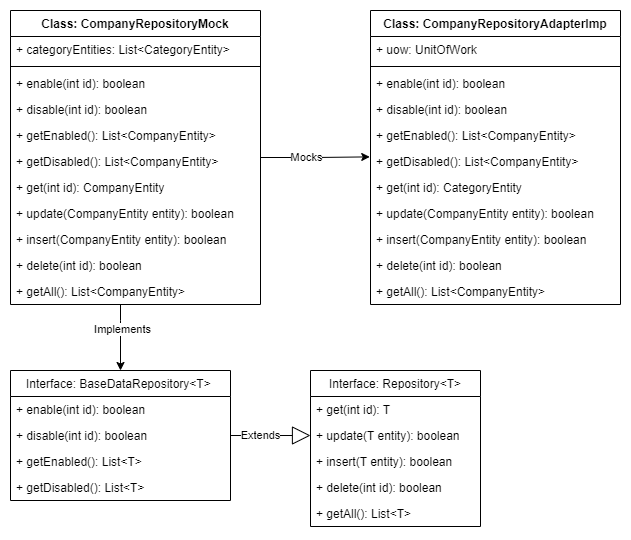
Before: file/Diagramme/MOCK-2.png, a diagram exported from draw.io (Nilsksk/Costtracker). Source tidied: cells renumbered, new cells last; positions are measured from the earlier drawing's top-left corner, leaving out a move shared by most shapes. Source of this version:
```xml
<mxGraphModel>
  <root>
    <mxCell id="0" />
    <mxCell id="1" parent="0" />
    <mxCell id="2" style="edgeStyle=orthogonalEdgeStyle;rounded=0;jettySize=auto;html=1;entryX=0.5;entryY=0;entryDx=0;entryDy=0;" parent="1" edge="1" source="6" target="18">
      <mxGeometry relative="1" as="geometry">
        <Array as="points">
          <mxPoint x="110" y="310" />
          <mxPoint x="110" y="310" />
        </Array>
      </mxGeometry>
    </mxCell>
    <mxCell id="3" value="Implements" style="edgeLabel;html=1;align=center;verticalAlign=middle;" parent="2" vertex="1">
      <mxGeometry x="-0.26" y="1" relative="1" as="geometry" />
    </mxCell>
    <mxCell id="4" style="edgeStyle=orthogonalEdgeStyle;rounded=0;jettySize=auto;html=1;entryX=-0.003;entryY=0.322;entryDx=0;entryDy=0;entryPerimeter=0;" parent="1" edge="1" source="6" target="36">
      <mxGeometry relative="1" as="geometry" />
    </mxCell>
    <mxCell id="5" value="Mocks" style="edgeLabel;html=1;align=center;verticalAlign=middle;" parent="4" vertex="1">
      <mxGeometry x="-0.19" y="1" relative="1" as="geometry" />
    </mxCell>
    <mxCell id="6" value="Class: CompanyRepositoryMock" style="swimlane;fontStyle=1;align=center;verticalAlign=top;horizontal=1;startSize=26;" parent="1" vertex="1">
      <mxGeometry width="250" height="294" as="geometry" />
    </mxCell>
    <mxCell id="7" value="+ categoryEntities: List&lt;CategoryEntity&gt;" style="text;strokeColor=none;fillColor=none;align=left;verticalAlign=top;spacingLeft=4;spacingRight=4;overflow=hidden;" parent="6" vertex="1">
      <mxGeometry y="26" width="250" height="26" as="geometry" />
    </mxCell>
    <mxCell id="8" style="line;strokeWidth=1;fillColor=none;align=left;verticalAlign=middle;spacingTop=-1;spacingLeft=3;spacingRight=3;labelPosition=right;" parent="6" vertex="1">
      <mxGeometry y="52" width="250" height="8" as="geometry" />
    </mxCell>
    <mxCell id="9" value="+ enable(int id): boolean" style="text;strokeColor=none;fillColor=none;align=left;verticalAlign=top;spacingLeft=4;spacingRight=4;overflow=hidden;" parent="6" vertex="1">
      <mxGeometry y="60" width="250" height="26" as="geometry" />
    </mxCell>
    <mxCell id="10" value="+ disable(int id): boolean" style="text;strokeColor=none;fillColor=none;align=left;verticalAlign=top;spacingLeft=4;spacingRight=4;overflow=hidden;" parent="6" vertex="1">
      <mxGeometry y="86" width="250" height="26" as="geometry" />
    </mxCell>
    <mxCell id="11" value="+ getEnabled(): List&lt;CompanyEntity&gt;" style="text;strokeColor=none;fillColor=none;align=left;verticalAlign=top;spacingLeft=4;spacingRight=4;overflow=hidden;" parent="6" vertex="1">
      <mxGeometry y="112" width="250" height="26" as="geometry" />
    </mxCell>
    <mxCell id="12" value="+ getDisabled(): List&lt;CompanyEntity&gt;" style="text;strokeColor=none;fillColor=none;align=left;verticalAlign=top;spacingLeft=4;spacingRight=4;overflow=hidden;" parent="6" vertex="1">
      <mxGeometry y="138" width="250" height="26" as="geometry" />
    </mxCell>
    <mxCell id="13" value="+ get(int id): CompanyEntity" style="text;strokeColor=none;fillColor=none;align=left;verticalAlign=top;spacingLeft=4;spacingRight=4;overflow=hidden;" parent="6" vertex="1">
      <mxGeometry y="164" width="250" height="26" as="geometry" />
    </mxCell>
    <mxCell id="14" value="+ update(CompanyEntity entity): boolean" style="text;strokeColor=none;fillColor=none;align=left;verticalAlign=top;spacingLeft=4;spacingRight=4;overflow=hidden;" parent="6" vertex="1">
      <mxGeometry y="190" width="250" height="26" as="geometry" />
    </mxCell>
    <mxCell id="15" value="+ insert(CompanyEntity entity): boolean" style="text;strokeColor=none;fillColor=none;align=left;verticalAlign=top;spacingLeft=4;spacingRight=4;overflow=hidden;" parent="6" vertex="1">
      <mxGeometry y="216" width="250" height="26" as="geometry" />
    </mxCell>
    <mxCell id="16" value="+ delete(int id): boolean" style="text;strokeColor=none;fillColor=none;align=left;verticalAlign=top;spacingLeft=4;spacingRight=4;overflow=hidden;" parent="6" vertex="1">
      <mxGeometry y="242" width="250" height="26" as="geometry" />
    </mxCell>
    <mxCell id="17" value="+ getAll(): List&lt;CompanyEntity&gt;" style="text;strokeColor=none;fillColor=none;align=left;verticalAlign=top;spacingLeft=4;spacingRight=4;overflow=hidden;" parent="6" vertex="1">
      <mxGeometry y="268" width="250" height="26" as="geometry" />
    </mxCell>
    <mxCell id="18" value="Interface: BaseDataRepository&lt;T&gt; " style="swimlane;fontStyle=0;horizontal=1;startSize=26;fillColor=none;" parent="1" vertex="1">
      <mxGeometry y="360" width="220" height="130" as="geometry" />
    </mxCell>
    <mxCell id="19" value="+ enable(int id): boolean" style="text;strokeColor=none;fillColor=none;align=left;verticalAlign=top;spacingLeft=4;spacingRight=4;overflow=hidden;" parent="18" vertex="1">
      <mxGeometry y="26" width="220" height="26" as="geometry" />
    </mxCell>
    <mxCell id="20" value="+ disable(int id): boolean" style="text;strokeColor=none;fillColor=none;align=left;verticalAlign=top;spacingLeft=4;spacingRight=4;overflow=hidden;points=[[0,0.5],[1,0.5]];portConstraint=eastwest;" parent="18" vertex="1">
      <mxGeometry y="52" width="220" height="26" as="geometry" />
    </mxCell>
    <mxCell id="21" value="+ getEnabled(): List&lt;T&gt;" style="text;strokeColor=none;fillColor=none;align=left;verticalAlign=top;spacingLeft=4;spacingRight=4;overflow=hidden;" parent="18" vertex="1">
      <mxGeometry y="78" width="220" height="26" as="geometry" />
    </mxCell>
    <mxCell id="22" value="+ getDisabled(): List&lt;T&gt;" style="text;strokeColor=none;fillColor=none;align=left;verticalAlign=top;spacingLeft=4;spacingRight=4;overflow=hidden;" parent="18" vertex="1">
      <mxGeometry y="104" width="220" height="26" as="geometry" />
    </mxCell>
    <mxCell id="23" value="Extends" style="endArrow=block;endSize=16;endFill=0;html=1;rounded=0;exitX=1;exitY=0.5;exitDx=0;exitDy=0;entryX=0;entryY=0.5;entryDx=0;entryDy=0;" parent="1" edge="1" source="20" target="26">
      <mxGeometry x="-0.25" relative="1" as="geometry" />
    </mxCell>
    <mxCell id="24" value="Interface: Repository&lt;T&gt;" style="swimlane;fontStyle=0;horizontal=1;startSize=26;fillColor=none;" parent="1" vertex="1">
      <mxGeometry x="300" y="360" width="170" height="156" as="geometry" />
    </mxCell>
    <mxCell id="25" value="+ get(int id): T" style="text;strokeColor=none;fillColor=none;align=left;verticalAlign=top;spacingLeft=4;spacingRight=4;overflow=hidden;" parent="24" vertex="1">
      <mxGeometry y="26" width="170" height="26" as="geometry" />
    </mxCell>
    <mxCell id="26" value="+ update(T entity): boolean" style="text;strokeColor=none;fillColor=none;align=left;verticalAlign=top;spacingLeft=4;spacingRight=4;overflow=hidden;points=[[0,0.5],[1,0.5]];portConstraint=eastwest;" parent="24" vertex="1">
      <mxGeometry y="52" width="170" height="26" as="geometry" />
    </mxCell>
    <mxCell id="27" value="+ insert(T entity): boolean" style="text;strokeColor=none;fillColor=none;align=left;verticalAlign=top;spacingLeft=4;spacingRight=4;overflow=hidden;" parent="24" vertex="1">
      <mxGeometry y="78" width="170" height="26" as="geometry" />
    </mxCell>
    <mxCell id="28" value="+ delete(int id): boolean" style="text;strokeColor=none;fillColor=none;align=left;verticalAlign=top;spacingLeft=4;spacingRight=4;overflow=hidden;" parent="24" vertex="1">
      <mxGeometry y="104" width="170" height="26" as="geometry" />
    </mxCell>
    <mxCell id="29" value="+ getAll(): List&lt;T&gt;" style="text;strokeColor=none;fillColor=none;align=left;verticalAlign=top;spacingLeft=4;spacingRight=4;overflow=hidden;" parent="24" vertex="1">
      <mxGeometry y="130" width="170" height="26" as="geometry" />
    </mxCell>
    <mxCell id="30" value="Class: CompanyRepositoryAdapterImp" style="swimlane;fontStyle=1;align=center;verticalAlign=top;horizontal=1;startSize=26;" parent="1" vertex="1">
      <mxGeometry x="360" width="250" height="294" as="geometry" />
    </mxCell>
    <mxCell id="31" value="+ uow: UnitOfWork" style="text;strokeColor=none;fillColor=none;align=left;verticalAlign=top;spacingLeft=4;spacingRight=4;overflow=hidden;" parent="30" vertex="1">
      <mxGeometry y="26" width="250" height="26" as="geometry" />
    </mxCell>
    <mxCell id="32" style="line;strokeWidth=1;fillColor=none;align=left;verticalAlign=middle;spacingTop=-1;spacingLeft=3;spacingRight=3;labelPosition=right;" parent="30" vertex="1">
      <mxGeometry y="52" width="250" height="8" as="geometry" />
    </mxCell>
    <mxCell id="33" value="+ enable(int id): boolean" style="text;strokeColor=none;fillColor=none;align=left;verticalAlign=top;spacingLeft=4;spacingRight=4;overflow=hidden;" parent="30" vertex="1">
      <mxGeometry y="60" width="250" height="26" as="geometry" />
    </mxCell>
    <mxCell id="34" value="+ disable(int id): boolean" style="text;strokeColor=none;fillColor=none;align=left;verticalAlign=top;spacingLeft=4;spacingRight=4;overflow=hidden;" parent="30" vertex="1">
      <mxGeometry y="86" width="250" height="26" as="geometry" />
    </mxCell>
    <mxCell id="35" value="+ getEnabled(): List&lt;CompanyEntity&gt;" style="text;strokeColor=none;fillColor=none;align=left;verticalAlign=top;spacingLeft=4;spacingRight=4;overflow=hidden;" parent="30" vertex="1">
      <mxGeometry y="112" width="250" height="26" as="geometry" />
    </mxCell>
    <mxCell id="36" value="+ getDisabled(): List&lt;CompanyEntity&gt;" style="text;strokeColor=none;fillColor=none;align=left;verticalAlign=top;spacingLeft=4;spacingRight=4;overflow=hidden;points=[[0,0.5],[1,0.5]];portConstraint=eastwest;" parent="30" vertex="1">
      <mxGeometry y="138" width="250" height="26" as="geometry" />
    </mxCell>
    <mxCell id="37" value="+ get(int id): CategoryEntity" style="text;strokeColor=none;fillColor=none;align=left;verticalAlign=top;spacingLeft=4;spacingRight=4;overflow=hidden;" parent="30" vertex="1">
      <mxGeometry y="164" width="250" height="26" as="geometry" />
    </mxCell>
    <mxCell id="38" value="+ update(CompanyEntity entity): boolean" style="text;strokeColor=none;fillColor=none;align=left;verticalAlign=top;spacingLeft=4;spacingRight=4;overflow=hidden;" parent="30" vertex="1">
      <mxGeometry y="190" width="250" height="26" as="geometry" />
    </mxCell>
    <mxCell id="39" value="+ insert(CompanyEntity entity): boolean" style="text;strokeColor=none;fillColor=none;align=left;verticalAlign=top;spacingLeft=4;spacingRight=4;overflow=hidden;" parent="30" vertex="1">
      <mxGeometry y="216" width="250" height="26" as="geometry" />
    </mxCell>
    <mxCell id="40" value="+ delete(int id): boolean" style="text;strokeColor=none;fillColor=none;align=left;verticalAlign=top;spacingLeft=4;spacingRight=4;overflow=hidden;" parent="30" vertex="1">
      <mxGeometry y="242" width="250" height="26" as="geometry" />
    </mxCell>
    <mxCell id="41" value="+ getAll(): List&lt;CompanyEntity&gt;" style="text;strokeColor=none;fillColor=none;align=left;verticalAlign=top;spacingLeft=4;spacingRight=4;overflow=hidden;" parent="30" vertex="1">
      <mxGeometry y="268" width="250" height="26" as="geometry" />
    </mxCell>
  </root>
</mxGraphModel>
```
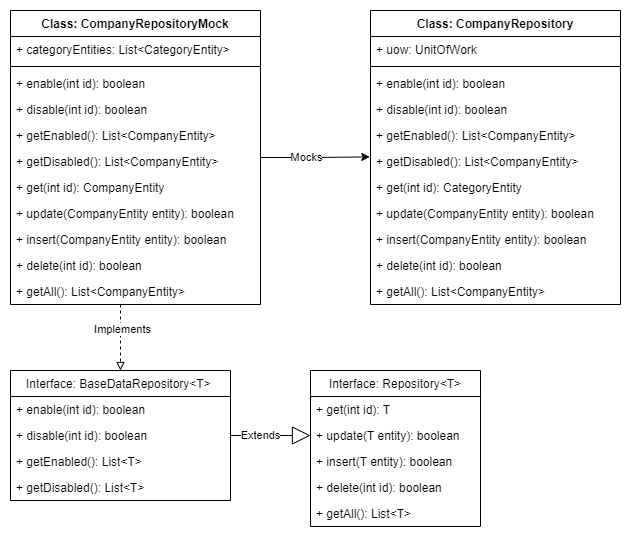
The same file after the commit.

Diff of the diagram source:
```diff
@@ -2,7 +2,7 @@
   <root>
     <mxCell id="0" />
     <mxCell id="1" parent="0" />
-    <mxCell id="2" style="edgeStyle=orthogonalEdgeStyle;rounded=0;jettySize=auto;html=1;entryX=0.5;entryY=0;entryDx=0;entryDy=0;" parent="1" edge="1" source="6" target="18">
+    <mxCell id="2" style="edgeStyle=orthogonalEdgeStyle;rounded=0;jettySize=auto;html=1;entryX=0.5;entryY=0;entryDx=0;entryDy=0;dashed=1;endArrow=block;endFill=0;" parent="1" edge="1" source="6" target="18">
       <mxGeometry relative="1" as="geometry">
         <Array as="points">
           <mxPoint x="110" y="310" />
@@ -91,7 +91,7 @@
     <mxCell id="29" value="+ getAll(): List&lt;T&gt;" style="text;strokeColor=none;fillColor=none;align=left;verticalAlign=top;spacingLeft=4;spacingRight=4;overflow=hidden;" parent="24" vertex="1">
       <mxGeometry y="130" width="170" height="26" as="geometry" />
     </mxCell>
-    <mxCell id="30" value="Class: CompanyRepositoryAdapterImp" style="swimlane;fontStyle=1;align=center;verticalAlign=top;horizontal=1;startSize=26;" parent="1" vertex="1">
+    <mxCell id="30" value="Class: CompanyRepository" style="swimlane;fontStyle=1;align=center;verticalAlign=top;horizontal=1;startSize=26;" parent="1" vertex="1">
       <mxGeometry x="360" width="250" height="294" as="geometry" />
     </mxCell>
     <mxCell id="31" value="+ uow: UnitOfWork" style="text;strokeColor=none;fillColor=none;align=left;verticalAlign=top;spacingLeft=4;spacingRight=4;overflow=hidden;" parent="30" vertex="1">
```
